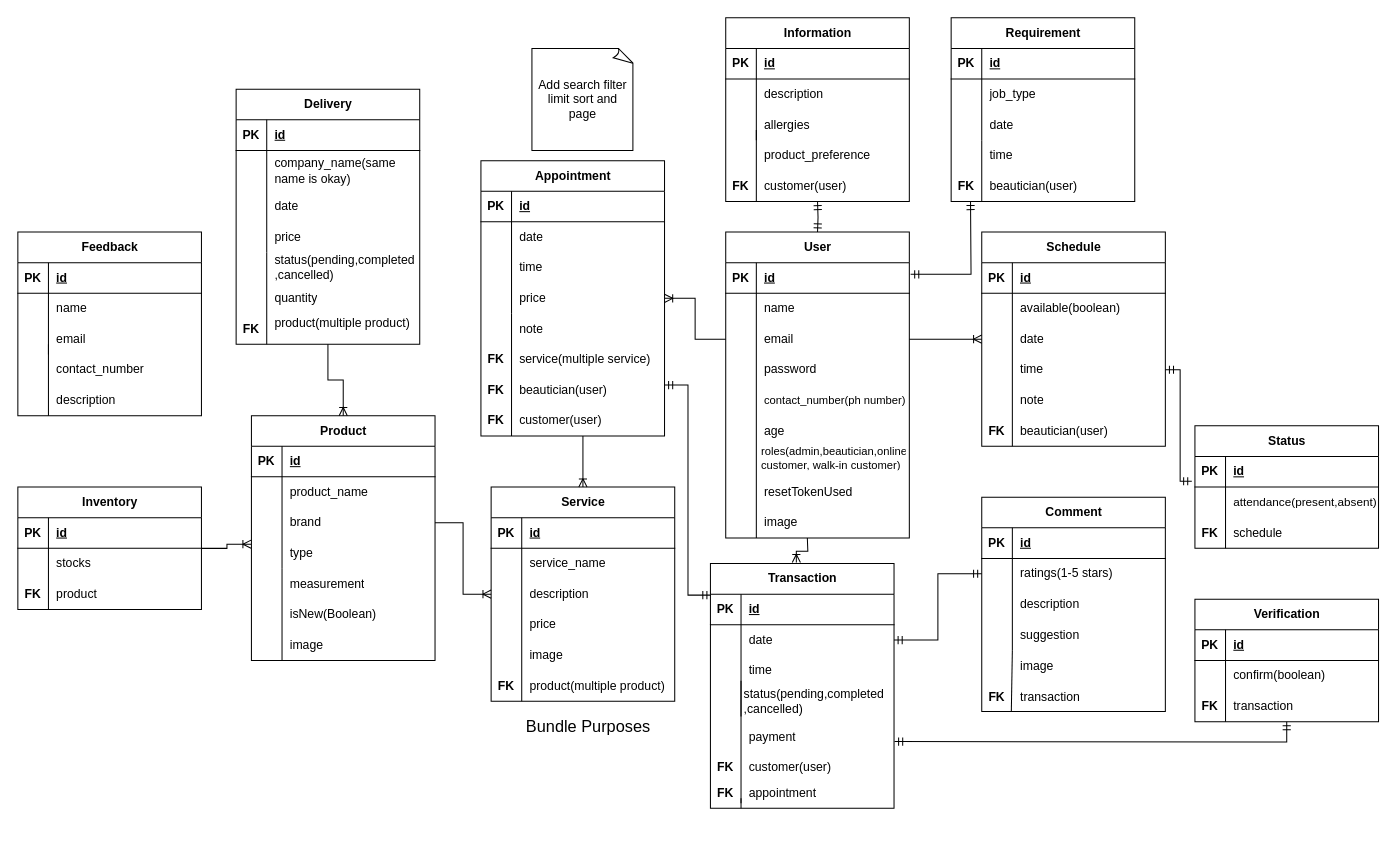
GabTheGreat25/Salon-Api keeps this draw.io diagram as erd/Salon-Erd.drawio. Above is the earlier version. Source tidied: cells renumbered, new cells numbered last; positions are measured from the earlier drawing's top-left corner, leaving out a move shared by most shapes. Both pictures are drawn from the tidied source at 102%, with x=0, y=0 at pixel (17, 17).
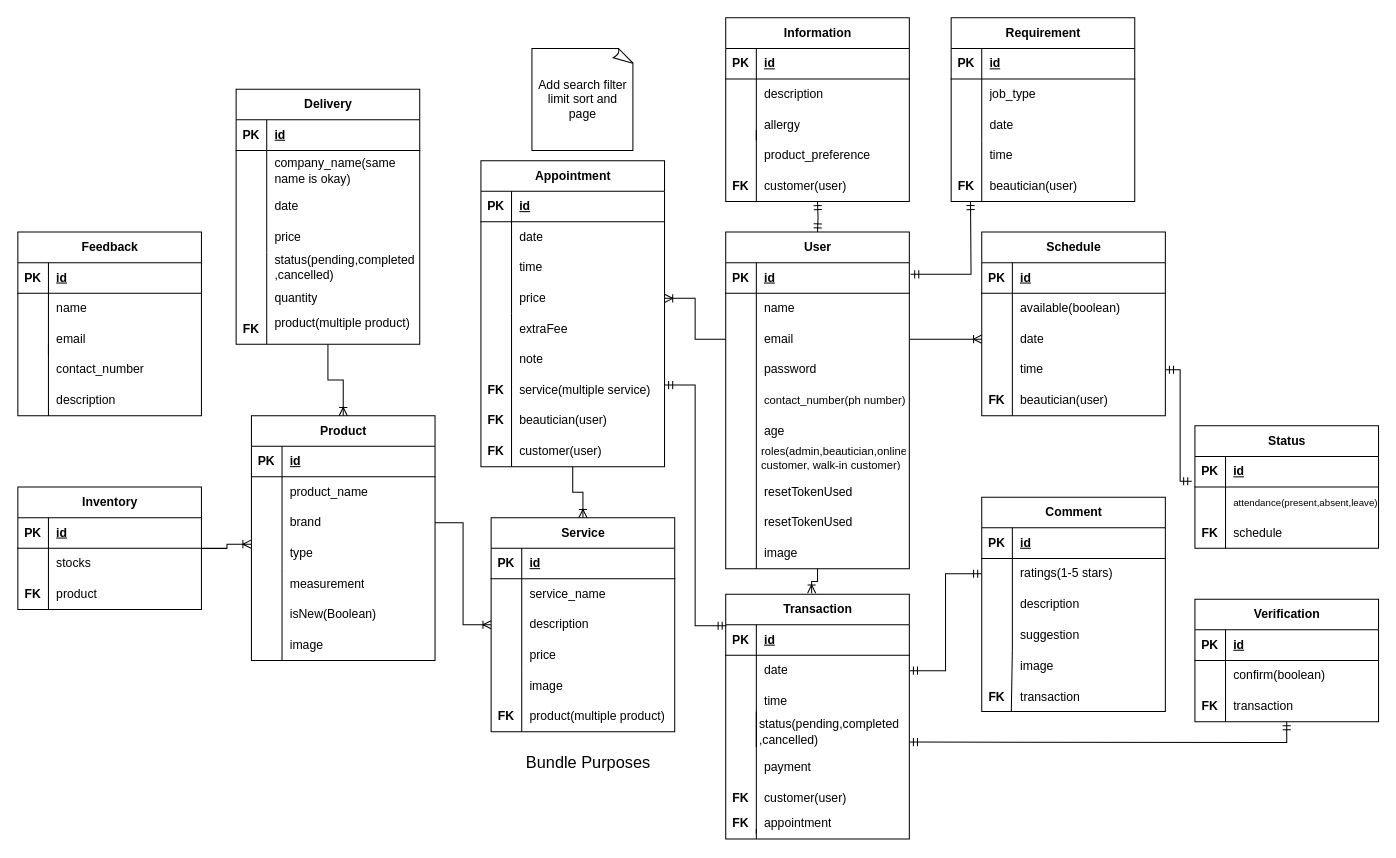
Above is the later version.

Commit message:
Update Salon-Erd

The change refers to these unchanged cells:
```xml
<mxCell id="150" value="Verification" style="shape=table;startSize=30;childLayout=tableLayout;rowLines=0;fontStyle=1;align=center;html=1;" parent="1" vertex="1">
  <mxGeometry x="1154" y="570" width="180" height="120" as="geometry" />
</mxCell>
<mxCell id="166" style="shape=tableRow;horizontal=0;startSize=0;swimlaneHead=0;swimlaneBody=0;fillColor=none;top=0;left=0;right=0;bottom=0;" parent="162" vertex="1">
  <mxGeometry y="60" width="180" height="30" as="geometry" />
</mxCell>
```

What changed in the source:
```diff
@@
     <mxCell id="2" value="User" style="shape=table;startSize=30;childLayout=tableLayout;rowLines=0;fontStyle=1;align=center;html=1;" parent="1" vertex="1">
-      <mxGeometry x="694" y="210" width="180" height="300" as="geometry" />
+      <mxGeometry x="694" y="210" width="180" height="330" as="geometry" />
     </mxCell>
@@
     <mxCell id="15" style="endArrow=none;html=1;rounded=0;" parent="1" edge="1">
       <mxGeometry relative="1" as="geometry">
         <mxPoint x="724" y="360" as="sourcePoint" />
-        <mxPoint x="724" y="510" as="targetPoint" />
+        <mxPoint x="724" y="540" as="targetPoint" />
       </mxGeometry>
     </mxCell>
@@
     <mxCell id="18" value="Appointment" style="shape=table;startSize=30;childLayout=tableLayout;rowLines=0;fontStyle=1;align=center;html=1;" parent="1" vertex="1">
-      <mxGeometry x="454" y="140" width="180" height="270" as="geometry" />
+      <mxGeometry x="454" y="140" width="180" height="300" as="geometry" />
     </mxCell>
@@
     <mxCell id="31" style="endArrow=none;html=1;rounded=0;" parent="1" edge="1">
       <mxGeometry relative="1" as="geometry">
         <mxPoint x="484" y="290" as="sourcePoint" />
-        <mxPoint x="484" y="410" as="targetPoint" />
+        <mxPoint x="484" y="440" as="targetPoint" />
       </mxGeometry>
     </mxCell>
     <mxCell id="32" value="service(multiple service)" style="shape=partialRectangle;fillColor=none;top=0;left=0;bottom=0;right=0;align=left;spacingLeft=6;overflow=hidden;whiteSpace=wrap;html=1;" parent="1" vertex="1">
-      <mxGeometry x="484" y="320" width="150" height="30" as="geometry" />
+      <mxGeometry x="484" y="350" width="150" height="30" as="geometry" />
     </mxCell>
     <mxCell id="33" value="FK" style="shape=partialRectangle;fillColor=none;top=0;left=0;bottom=0;right=0;fontStyle=1;overflow=hidden;whiteSpace=wrap;html=1;" parent="1" vertex="1">
-      <mxGeometry x="454" y="320" width="30" height="30" as="geometry" />
+      <mxGeometry x="454" y="350" width="30" height="30" as="geometry" />
     </mxCell>
     <mxCell id="34" value="FK" style="shape=partialRectangle;fillColor=none;top=0;left=0;bottom=0;right=0;fontStyle=1;overflow=hidden;whiteSpace=wrap;html=1;" parent="1" vertex="1">
-      <mxGeometry x="454" y="350" width="30" height="30" as="geometry" />
+      <mxGeometry x="454" y="380" width="30" height="30" as="geometry" />
     </mxCell>
     <mxCell id="35" value="beautician(user)" style="shape=partialRectangle;fillColor=none;top=0;left=0;bottom=0;right=0;align=left;spacingLeft=6;overflow=hidden;whiteSpace=wrap;html=1;" parent="1" vertex="1">
-      <mxGeometry x="484" y="350" width="150" height="30" as="geometry" />
+      <mxGeometry x="484" y="380" width="150" height="30" as="geometry" />
     </mxCell>
@@
-    <mxCell id="52" value="note" style="shape=partialRectangle;fillColor=none;top=0;left=0;bottom=0;right=0;align=left;spacingLeft=6;overflow=hidden;whiteSpace=wrap;html=1;" parent="1" vertex="1">
+    <mxCell id="52" value="extraFee" style="shape=partialRectangle;fillColor=none;top=0;left=0;bottom=0;right=0;align=left;spacingLeft=6;overflow=hidden;whiteSpace=wrap;html=1;" parent="1" vertex="1">
       <mxGeometry x="484" y="290" width="150" height="30" as="geometry" />
     </mxCell>
     <mxCell id="53" value="Schedule" style="shape=table;startSize=30;childLayout=tableLayout;rowLines=0;fontStyle=1;align=center;html=1;" parent="1" vertex="1">
-      <mxGeometry x="945" y="210" width="180" height="210" as="geometry" />
+      <mxGeometry x="945" y="210" width="180" height="180" as="geometry" />
     </mxCell>
@@
     <mxCell id="66" style="endArrow=none;html=1;rounded=0;" parent="1" edge="1">
       <mxGeometry relative="1" as="geometry">
         <mxPoint x="975" y="360" as="sourcePoint" />
-        <mxPoint x="975" y="420" as="targetPoint" />
+        <mxPoint x="975" y="390" as="targetPoint" />
       </mxGeometry>
     </mxCell>
     <mxCell id="67" value="FK" style="shape=partialRectangle;fillColor=none;top=0;left=0;bottom=0;right=0;fontStyle=1;overflow=hidden;whiteSpace=wrap;html=1;" parent="1" vertex="1">
-      <mxGeometry x="945" y="390" width="30" height="30" as="geometry" />
+      <mxGeometry x="945" y="360" width="30" height="30" as="geometry" />
     </mxCell>
     <mxCell id="68" value="beautician(user)" style="shape=partialRectangle;fillColor=none;top=0;left=0;bottom=0;right=0;align=left;spacingLeft=6;overflow=hidden;whiteSpace=wrap;html=1;" parent="1" vertex="1">
-      <mxGeometry x="975" y="390" width="150" height="30" as="geometry" />
+      <mxGeometry x="975" y="360" width="150" height="30" as="geometry" />
     </mxCell>
-    <mxCell id="69" value="note" style="shape=partialRectangle;fillColor=none;top=0;left=0;bottom=0;right=0;align=left;spacingLeft=6;overflow=hidden;whiteSpace=wrap;html=1;" parent="1" vertex="1">
-      <mxGeometry x="975" y="360" width="150" height="30" as="geometry" />
-    </mxCell>
     <mxCell id="70" value="Service" style="shape=table;startSize=30;childLayout=tableLayout;rowLines=0;fontStyle=1;align=center;html=1;" parent="1" vertex="1">
-      <mxGeometry x="464" y="460" width="180" height="210" as="geometry" />
+      <mxGeometry x="464" y="490" width="180" height="210" as="geometry" />
     </mxCell>
@@
     <mxCell id="83" style="endArrow=none;html=1;rounded=0;" parent="1" edge="1">
       <mxGeometry relative="1" as="geometry">
-        <mxPoint x="494" y="610" as="sourcePoint" />
-        <mxPoint x="494" y="670" as="targetPoint" />
+        <mxPoint x="494" y="640" as="sourcePoint" />
+        <mxPoint x="494" y="700" as="targetPoint" />
       </mxGeometry>
     </mxCell>
     <mxCell id="84" value="image" style="shape=partialRectangle;fillColor=none;top=0;left=0;bottom=0;right=0;align=left;spacingLeft=6;overflow=hidden;whiteSpace=wrap;html=1;" parent="1" vertex="1">
-      <mxGeometry x="494" y="610" width="150" height="30" as="geometry" />
+      <mxGeometry x="494" y="640" width="150" height="30" as="geometry" />
     </mxCell>
     <mxCell id="85" value="Transaction" style="shape=table;startSize=30;childLayout=tableLayout;rowLines=0;fontStyle=1;align=center;html=1;" parent="1" vertex="1">
-      <mxGeometry x="679" y="535" width="180" height="240" as="geometry" />
+      <mxGeometry x="694" y="565" width="180" height="240" as="geometry" />
     </mxCell>
@@
     <mxCell id="98" style="endArrow=none;html=1;rounded=0;" parent="1" edge="1">
       <mxGeometry relative="1" as="geometry">
-        <mxPoint x="709" y="650" as="sourcePoint" />
-        <mxPoint x="709" y="770" as="targetPoint" />
+        <mxPoint x="724" y="680" as="sourcePoint" />
+        <mxPoint x="724" y="800" as="targetPoint" />
       </mxGeometry>
     </mxCell>
     <mxCell id="99" value="&lt;span style=&quot;border-color: var(--border-color);&quot;&gt;customer(user)&lt;/span&gt;" style="shape=partialRectangle;fillColor=none;top=0;left=0;bottom=0;right=0;align=left;spacingLeft=6;overflow=hidden;whiteSpace=wrap;html=1;" parent="1" vertex="1">
-      <mxGeometry x="709" y="720" width="150" height="30" as="geometry" />
+      <mxGeometry x="724" y="750" width="150" height="30" as="geometry" />
     </mxCell>
     <mxCell id="100" value="FK" style="shape=partialRectangle;fillColor=none;top=0;left=0;bottom=0;right=0;fontStyle=1;overflow=hidden;whiteSpace=wrap;html=1;" parent="1" vertex="1">
-      <mxGeometry x="679" y="745" width="30" height="30" as="geometry" />
+      <mxGeometry x="694" y="775" width="30" height="30" as="geometry" />
     </mxCell>
     <mxCell id="101" value="appointment" style="shape=partialRectangle;fillColor=none;top=0;left=0;bottom=0;right=0;align=left;spacingLeft=6;overflow=hidden;whiteSpace=wrap;html=1;" parent="1" vertex="1">
-      <mxGeometry x="709" y="745" width="150" height="30" as="geometry" />
+      <mxGeometry x="724" y="775" width="150" height="30" as="geometry" />
     </mxCell>
     <mxCell id="102" value="FK" style="shape=partialRectangle;fillColor=none;top=0;left=0;bottom=0;right=0;fontStyle=1;overflow=hidden;whiteSpace=wrap;html=1;" parent="1" vertex="1">
-      <mxGeometry x="679" y="720" width="30" height="30" as="geometry" />
+      <mxGeometry x="694" y="750" width="30" height="30" as="geometry" />
     </mxCell>
@@
-    <mxCell id="105" style="fontSize=12;html=1;endArrow=ERoneToMany;rounded=0;entryX=0.5;entryY=0;entryDx=0;entryDy=0;" parent="1" edge="1" target="70">
-      <mxGeometry relative="1" as="geometry">
-        <mxPoint x="554" y="410" as="sourcePoint" />
-      </mxGeometry>
+    <mxCell id="105" style="fontSize=12;html=1;endArrow=ERoneToMany;rounded=0;entryX=0.5;entryY=0;entryDx=0;entryDy=0;exitX=0.5;exitY=1;exitDx=0;exitDy=0;edgeStyle=orthogonalEdgeStyle;" parent="1" edge="1" source="18" target="70">
+      <mxGeometry relative="1" as="geometry" />
     </mxCell>
@@
-    <mxCell id="108" style="fontSize=12;html=1;endArrow=ERoneToMany;rounded=0;entryX=0.468;entryY=-0.004;entryDx=0;entryDy=0;entryPerimeter=0;edgeStyle=orthogonalEdgeStyle;" parent="1" edge="1" target="85">
-      <mxGeometry relative="1" as="geometry">
-        <mxPoint x="774" y="510" as="sourcePoint" />
-      </mxGeometry>
+    <mxCell id="108" style="fontSize=12;html=1;endArrow=ERoneToMany;rounded=0;entryX=0.468;entryY=-0.004;entryDx=0;entryDy=0;entryPerimeter=0;edgeStyle=orthogonalEdgeStyle;exitX=0.5;exitY=1;exitDx=0;exitDy=0;" parent="1" edge="1" source="2" target="85">
+      <mxGeometry relative="1" as="geometry" />
     </mxCell>
@@
     <mxCell id="124" value="product(multiple product)" style="shape=partialRectangle;fillColor=none;top=0;left=0;bottom=0;right=0;align=left;spacingLeft=6;overflow=hidden;whiteSpace=wrap;html=1;" parent="1" vertex="1">
-      <mxGeometry x="494" y="640" width="150" height="30" as="geometry" />
+      <mxGeometry x="494" y="670" width="150" height="30" as="geometry" />
     </mxCell>
@@
     <mxCell id="145" value="FK" style="shape=partialRectangle;fillColor=none;top=0;left=0;bottom=0;right=0;fontStyle=1;overflow=hidden;whiteSpace=wrap;html=1;" parent="1" vertex="1">
-      <mxGeometry x="464" y="640" width="30" height="30" as="geometry" />
+      <mxGeometry x="464" y="670" width="30" height="30" as="geometry" />
     </mxCell>
     <mxCell id="146" value="FK" style="shape=partialRectangle;fillColor=none;top=0;left=0;bottom=0;right=0;fontStyle=1;overflow=hidden;whiteSpace=wrap;html=1;" parent="1" vertex="1">
-      <mxGeometry x="454" y="380" width="30" height="30" as="geometry" />
+      <mxGeometry x="454" y="410" width="30" height="30" as="geometry" />
     </mxCell>
     <mxCell id="147" value="customer(user)" style="shape=partialRectangle;fillColor=none;top=0;left=0;bottom=0;right=0;align=left;spacingLeft=6;overflow=hidden;whiteSpace=wrap;html=1;" parent="1" vertex="1">
-      <mxGeometry x="484" y="380" width="150" height="30" as="geometry" />
+      <mxGeometry x="484" y="410" width="150" height="30" as="geometry" />
     </mxCell>
     <mxCell id="148" value="&lt;span style=&quot;border-color: var(--border-color);&quot;&gt;payment&lt;/span&gt;" style="shape=partialRectangle;fillColor=none;top=0;left=0;bottom=0;right=0;align=left;spacingLeft=6;overflow=hidden;whiteSpace=wrap;html=1;" parent="1" vertex="1">
-      <mxGeometry x="709" y="690" width="150" height="30" as="geometry" />
+      <mxGeometry x="724" y="720" width="150" height="30" as="geometry" />
     </mxCell>
-    <mxCell id="149" style="fontSize=12;html=1;endArrow=ERmandOne;startArrow=ERmandOne;rounded=0;exitX=1;exitY=0.5;exitDx=0;exitDy=0;edgeStyle=orthogonalEdgeStyle;" parent="1" edge="1" target="150">
+    <mxCell id="149" style="fontSize=12;html=1;endArrow=ERmandOne;startArrow=ERmandOne;rounded=0;edgeStyle=orthogonalEdgeStyle;" parent="1" edge="1" target="150">
       <mxGeometry relative="1" as="geometry">
-        <mxPoint x="859.5" y="709.5" as="sourcePoint" />
+        <mxPoint x="874" y="710" as="sourcePoint" />
       </mxGeometry>
     </mxCell>
@@
-    <mxCell id="168" value="&lt;span style=&quot;border-color: var(--border-color);&quot;&gt;&lt;font style=&quot;font-size: 11.5px;&quot;&gt;attendance(present,absent)&lt;/font&gt;&lt;/span&gt;" style="shape=partialRectangle;fillColor=none;top=0;left=0;bottom=0;right=0;align=left;spacingLeft=6;overflow=hidden;whiteSpace=wrap;html=1;" parent="166" vertex="1">
+    <mxCell id="168" value="&lt;span style=&quot;border-color: var(--border-color);&quot;&gt;&lt;font style=&quot;font-size: 9.5px;&quot;&gt;attendance(present,absent,leave)&lt;/font&gt;&lt;/span&gt;" style="shape=partialRectangle;fillColor=none;top=0;left=0;bottom=0;right=0;align=left;spacingLeft=6;overflow=hidden;whiteSpace=wrap;html=1;" parent="166" vertex="1">
       <mxGeometry x="30" width="150" height="30" as="geometry" />
     </mxCell>
@@
     <mxCell id="194" value="image" style="shape=partialRectangle;fillColor=none;top=0;left=0;bottom=0;right=0;align=left;spacingLeft=6;overflow=hidden;whiteSpace=wrap;html=1;" parent="1" vertex="1">
-      <mxGeometry x="724" y="480" width="145" height="30" as="geometry" />
+      <mxGeometry x="724" y="510" width="150" height="30" as="geometry" />
     </mxCell>
@@
-    <mxCell id="208" value="&lt;span style=&quot;border-color: var(--border-color);&quot;&gt;allergies&lt;/span&gt;" style="shape=partialRectangle;fillColor=none;top=0;left=0;bottom=0;right=0;align=left;spacingLeft=6;overflow=hidden;whiteSpace=wrap;html=1;" parent="1" vertex="1">
+    <mxCell id="208" value="&lt;span style=&quot;border-color: var(--border-color);&quot;&gt;allergy&lt;/span&gt;" style="shape=partialRectangle;fillColor=none;top=0;left=0;bottom=0;right=0;align=left;spacingLeft=6;overflow=hidden;whiteSpace=wrap;html=1;" parent="1" vertex="1">
       <mxGeometry x="724" y="90" width="150" height="30" as="geometry" />
     </mxCell>
@@
     <mxCell id="238" value="&lt;span style=&quot;border-color: var(--border-color);&quot;&gt;&lt;font style=&quot;font-size: 12px;&quot;&gt;status(pending,completed&lt;br&gt;,cancelled)&lt;/font&gt;&lt;/span&gt;" style="shape=partialRectangle;fillColor=none;top=0;left=0;bottom=0;right=0;align=left;spacingLeft=6;overflow=hidden;whiteSpace=wrap;html=1;" parent="1" vertex="1">
-      <mxGeometry x="704" y="650" width="150" height="40" as="geometry" />
+      <mxGeometry x="719" y="680" width="150" height="40" as="geometry" />
     </mxCell>
     <mxCell id="239" style="endArrow=none;html=1;rounded=0;startSize=3;endSize=3;targetPerimeterSpacing=0;" parent="1" edge="1">
       <mxGeometry relative="1" as="geometry">
-        <mxPoint x="709" y="775" as="sourcePoint" />
-        <mxPoint x="709" y="765" as="targetPoint" />
+        <mxPoint x="724" y="805" as="sourcePoint" />
+        <mxPoint x="724" y="795" as="targetPoint" />
       </mxGeometry>
     </mxCell>
@@
     <mxCell id="243" value="&lt;font style=&quot;font-size: 16px;&quot;&gt;Bundle Purposes&lt;/font&gt;" style="text;html=1;strokeColor=none;fillColor=none;align=center;verticalAlign=middle;whiteSpace=wrap;rounded=0;" parent="1" vertex="1">
-      <mxGeometry x="496.5" y="680" width="125" height="30" as="geometry" />
+      <mxGeometry x="496.5" y="715" width="125" height="30" as="geometry" />
     </mxCell>
+    <mxCell id="69" value="note" style="shape=partialRectangle;fillColor=none;top=0;left=0;bottom=0;right=0;align=left;spacingLeft=6;overflow=hidden;whiteSpace=wrap;html=1;" parent="1" vertex="1">
+      <mxGeometry x="484" y="320" width="150" height="30" as="geometry" />
+    </mxCell>
+    <mxCell id="244" value="resetTokenUsed" style="shape=partialRectangle;fillColor=none;top=0;left=0;bottom=0;right=0;align=left;spacingLeft=6;overflow=hidden;whiteSpace=wrap;html=1;" parent="1" vertex="1">
+      <mxGeometry x="723.5" y="480" width="150.5" height="30" as="geometry" />
+    </mxCell>
```
